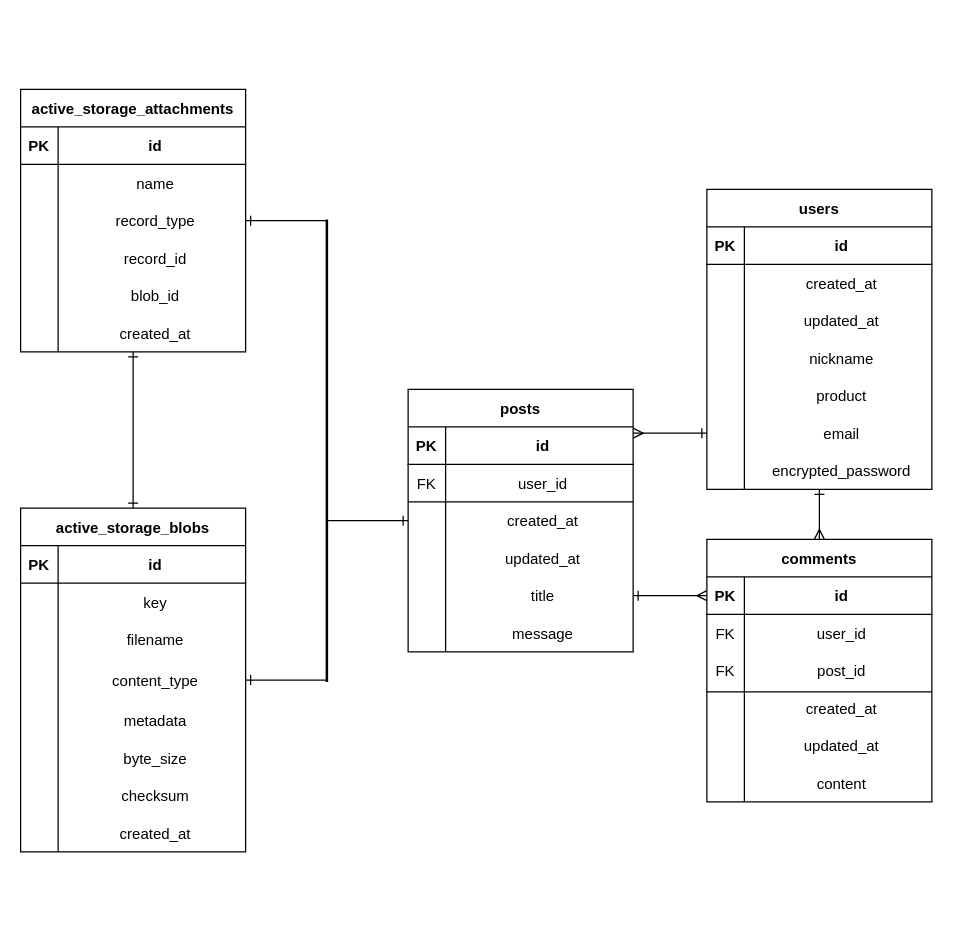
Above: test.dio in kenji198834/famous-product (draw.io), before the change. Source tidied: cells renumbered, new cells numbered last; positions are measured from the earlier drawing's top-left corner, leaving out a move shared by most shapes. Both pictures are drawn from the tidied source at 125%, with x=0, y=0 at pixel (20, 89).
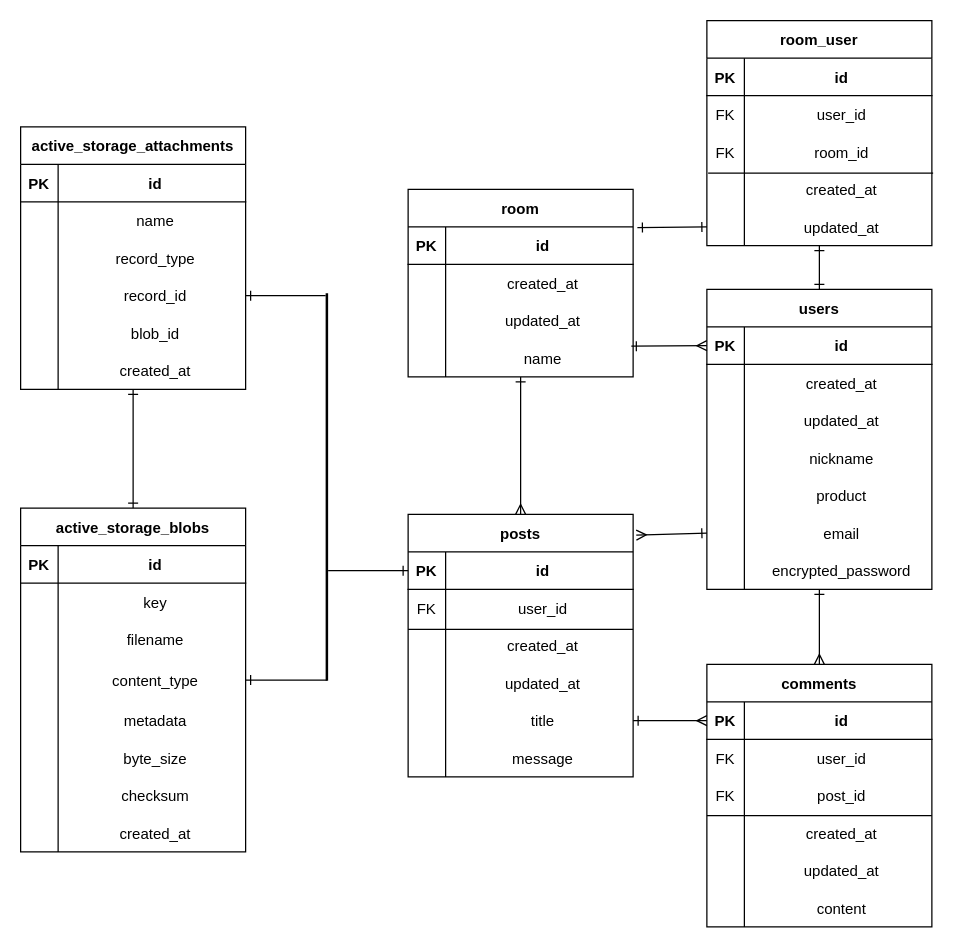
The same diagram, later.

Unchanged cells that the change refers to:
```xml
<mxCell id="10" style="shape=tableRow;horizontal=0;startSize=0;swimlaneHead=0;swimlaneBody=0;fillColor=none;points=[[0,0.5],[1,0.5]];portConstraint=eastwest;top=0;left=0;right=0;bottom=0;" parent="3" vertex="1">
  <mxGeometry y="90" width="180" height="30" as="geometry" />
</mxCell>
<mxCell id="13" style="shape=tableRow;horizontal=0;startSize=0;swimlaneHead=0;swimlaneBody=0;fillColor=none;points=[[0,0.5],[1,0.5]];portConstraint=eastwest;top=0;left=0;right=0;bottom=0;" parent="3" vertex="1">
  <mxGeometry y="120" width="180" height="30" as="geometry" />
</mxCell>
<mxCell id="50" style="shape=tableRow;horizontal=0;startSize=0;swimlaneHead=0;swimlaneBody=0;fillColor=none;points=[[0,0.5],[1,0.5]];portConstraint=eastwest;top=0;left=0;right=0;bottom=1;" parent="49" vertex="1">
  <mxGeometry y="30" width="180" height="30" as="geometry" />
</mxCell>
<mxCell id="56" style="shape=tableRow;horizontal=0;startSize=0;swimlaneHead=0;swimlaneBody=0;fillColor=none;points=[[0,0.5],[1,0.5]];portConstraint=eastwest;top=0;left=0;right=0;bottom=0;" parent="49" vertex="1">
  <mxGeometry y="90" width="180" height="30" as="geometry" />
</mxCell>
<mxCell id="94" style="shape=tableRow;horizontal=0;startSize=0;swimlaneHead=0;swimlaneBody=0;fillColor=none;points=[[0,0.5],[1,0.5]];portConstraint=eastwest;top=0;left=0;right=0;bottom=1;" parent="93" vertex="1">
  <mxGeometry y="30" width="180" height="30" as="geometry" />
</mxCell>
<mxCell id="109" style="shape=tableRow;horizontal=0;startSize=0;swimlaneHead=0;swimlaneBody=0;fillColor=none;points=[[0,0.5],[1,0.5]];portConstraint=eastwest;top=0;left=0;right=0;bottom=0;" parent="93" vertex="1">
  <mxGeometry y="180" width="180" height="30" as="geometry" />
</mxCell>
```

The edit, as a diff of the source:
```diff
@@
     <mxCell id="3" value="active_storage_attachments" style="shape=table;startSize=30;childLayout=tableLayout;rowLines=0;fontStyle=1;align=center;" parent="1" vertex="1">
-      <mxGeometry width="180" height="210" as="geometry" />
+      <mxGeometry y="30" width="180" height="210" as="geometry" />
     </mxCell>
@@
-    <mxCell id="47" style="edgeStyle=none;html=1;exitX=1;exitY=0.5;exitDx=0;exitDy=0;startArrow=ERone;startFill=0;endArrow=none;endFill=0;" parent="1" edge="1" source="10">
-      <mxGeometry relative="1" as="geometry">
-        <mxPoint x="245" y="105" as="targetPoint" />
-      </mxGeometry>
-    </mxCell>
@@
     <mxCell id="49" value="posts" style="shape=table;startSize=30;childLayout=tableLayout;rowLines=0;fontStyle=1;align=center;" parent="1" vertex="1">
-      <mxGeometry x="310" y="240" width="180" height="210" as="geometry" />
+      <mxGeometry x="310" y="340" width="180" height="210" as="geometry" />
     </mxCell>
@@
     <mxCell id="68" style="line;strokeWidth=1;dashed=0;labelPosition=right;align=left;verticalAlign=middle;spacingTop=0;spacingLeft=6;" parent="1" vertex="1">
-      <mxGeometry x="310" y="325" width="180" height="10" as="geometry" />
+      <mxGeometry x="310" y="427" width="180" height="10" as="geometry" />
     </mxCell>
-    <mxCell id="69" style="edgeStyle=none;html=1;exitX=0;exitY=0.5;exitDx=0;exitDy=0;startArrow=ERone;startFill=0;endArrow=none;endFill=0;" parent="1" edge="1" source="56">
-      <mxGeometry relative="1" as="geometry">
-        <mxPoint x="245" y="345" as="targetPoint" />
-      </mxGeometry>
-    </mxCell>
     <mxCell id="70" style="line;strokeWidth=2;direction=south;html=1;" parent="1" vertex="1">
-      <mxGeometry x="240" y="104" width="10" height="370" as="geometry" />
+      <mxGeometry x="240" y="163" width="10" height="310" as="geometry" />
     </mxCell>
     <mxCell id="71" value="comments" style="shape=table;startSize=30;childLayout=tableLayout;rowLines=0;fontStyle=1;align=center;" parent="1" vertex="1">
-      <mxGeometry x="549" y="360" width="180" height="210" as="geometry" />
+      <mxGeometry x="549" y="460" width="180" height="210" as="geometry" />
     </mxCell>
@@
     <mxCell id="90" style="line;strokeWidth=1;dashed=0;labelPosition=right;align=left;verticalAlign=middle;spacingTop=0;spacingLeft=6;" parent="1" vertex="1">
-      <mxGeometry x="549" y="477" width="180" height="10" as="geometry" />
+      <mxGeometry x="549" y="576" width="180" height="10" as="geometry" />
     </mxCell>
@@
     <mxCell id="93" value="users" style="shape=table;startSize=30;childLayout=tableLayout;rowLines=0;fontStyle=1;align=center;" parent="1" vertex="1">
-      <mxGeometry x="549" y="80" width="180" height="240" as="geometry" />
+      <mxGeometry x="549" y="160" width="180" height="240" as="geometry" />
     </mxCell>
@@
-    <mxCell id="115" style="edgeStyle=none;html=1;exitX=0;exitY=0.5;exitDx=0;exitDy=0;endArrow=ERmany;endFill=0;startArrow=ERone;startFill=0;" parent="1" edge="1" source="109">
-      <mxGeometry relative="1" as="geometry">
-        <mxPoint x="490" y="275" as="targetPoint" />
-      </mxGeometry>
+    <mxCell id="115" style="edgeStyle=none;html=1;exitX=0;exitY=0.5;exitDx=0;exitDy=0;endArrow=ERmany;endFill=0;startArrow=ERone;startFill=0;entryX=1.014;entryY=0.079;entryDx=0;entryDy=0;entryPerimeter=0;" parent="1" edge="1" source="109" target="49">
+      <mxGeometry relative="1" as="geometry" />
     </mxCell>
+    <mxCell id="116" style="edgeStyle=none;html=1;entryX=0.5;entryY=0;entryDx=0;entryDy=0;endArrow=ERmany;endFill=0;startArrow=ERone;startFill=0;" parent="1" edge="1" source="117" target="49">
+      <mxGeometry relative="1" as="geometry" />
+    </mxCell>
+    <mxCell id="117" value="room" style="shape=table;startSize=30;childLayout=tableLayout;rowLines=0;fontStyle=1;align=center;" parent="1" vertex="1">
+      <mxGeometry x="310" y="80" width="180" height="150" as="geometry" />
+    </mxCell>
+    <mxCell id="118" style="shape=tableRow;horizontal=0;startSize=0;swimlaneHead=0;swimlaneBody=0;fillColor=none;points=[[0,0.5],[1,0.5]];portConstraint=eastwest;top=0;left=0;right=0;bottom=1;" parent="117" vertex="1">
+      <mxGeometry y="30" width="180" height="30" as="geometry" />
+    </mxCell>
+    <mxCell id="119" value="PK" style="shape=partialRectangle;fillColor=none;top=0;left=0;bottom=0;right=0;fontStyle=1;overflow=hidden;" parent="118" vertex="1">
+      <mxGeometry width="30" height="30" as="geometry" />
+    </mxCell>
+    <mxCell id="120" value="id" style="shape=partialRectangle;fillColor=none;top=0;left=0;bottom=0;right=0;align=center;spacingLeft=6;fontStyle=1;overflow=hidden;" parent="118" vertex="1">
+      <mxGeometry x="30" width="150" height="30" as="geometry" />
+    </mxCell>
+    <mxCell id="121" style="shape=tableRow;horizontal=0;startSize=0;swimlaneHead=0;swimlaneBody=0;fillColor=none;top=0;left=0;right=0;bottom=0;" parent="117" vertex="1">
+      <mxGeometry y="60" width="180" height="30" as="geometry" />
+    </mxCell>
+    <mxCell id="122" style="shape=partialRectangle;fillColor=none;top=0;left=0;bottom=0;right=0;overflow=hidden;" parent="121" vertex="1">
+      <mxGeometry width="30" height="30" as="geometry" />
+    </mxCell>
+    <mxCell id="123" value="created_at" style="shape=partialRectangle;fillColor=none;top=0;left=0;bottom=0;right=0;align=center;spacingLeft=6;overflow=hidden;" parent="121" vertex="1">
+      <mxGeometry x="30" width="150" height="30" as="geometry" />
+    </mxCell>
+    <mxCell id="124" style="shape=tableRow;horizontal=0;startSize=0;swimlaneHead=0;swimlaneBody=0;fillColor=none;top=0;left=0;right=0;bottom=0;" parent="117" vertex="1">
+      <mxGeometry y="90" width="180" height="30" as="geometry" />
+    </mxCell>
+    <mxCell id="125" style="shape=partialRectangle;fillColor=none;top=0;left=0;bottom=0;right=0;overflow=hidden;" parent="124" vertex="1">
+      <mxGeometry width="30" height="30" as="geometry" />
+    </mxCell>
+    <mxCell id="126" value="updated_at" style="shape=partialRectangle;fillColor=none;top=0;left=0;bottom=0;right=0;align=center;spacingLeft=6;overflow=hidden;" parent="124" vertex="1">
+      <mxGeometry x="30" width="150" height="30" as="geometry" />
+    </mxCell>
+    <mxCell id="127" style="shape=tableRow;horizontal=0;startSize=0;swimlaneHead=0;swimlaneBody=0;fillColor=none;points=[[0,0.5],[1,0.5]];portConstraint=eastwest;top=0;left=0;right=0;bottom=0;" parent="117" vertex="1">
+      <mxGeometry y="120" width="180" height="30" as="geometry" />
+    </mxCell>
+    <mxCell id="128" style="shape=partialRectangle;fillColor=none;top=0;left=0;bottom=0;right=0;overflow=hidden;" parent="127" vertex="1">
+      <mxGeometry width="30" height="30" as="geometry" />
+    </mxCell>
+    <mxCell id="129" value="name" style="shape=partialRectangle;fillColor=none;top=0;left=0;bottom=0;right=0;align=center;spacingLeft=6;overflow=hidden;" parent="127" vertex="1">
+      <mxGeometry x="30" width="150" height="30" as="geometry" />
+    </mxCell>
+    <mxCell id="130" style="edgeStyle=none;html=1;exitX=0.992;exitY=0.183;exitDx=0;exitDy=0;entryX=0;entryY=0.5;entryDx=0;entryDy=0;startArrow=ERone;startFill=0;endArrow=ERmany;endFill=0;exitPerimeter=0;" parent="1" edge="1" source="127" target="94">
+      <mxGeometry relative="1" as="geometry" />
+    </mxCell>
+    <mxCell id="131" style="edgeStyle=none;html=1;entryX=0.5;entryY=0;entryDx=0;entryDy=0;startArrow=ERone;startFill=0;endArrow=ERone;endFill=0;" parent="1" edge="1" source="132" target="93">
+      <mxGeometry relative="1" as="geometry" />
+    </mxCell>
+    <mxCell id="132" value="room_user" style="shape=table;startSize=30;childLayout=tableLayout;rowLines=0;fontStyle=1;align=center;" parent="1" vertex="1">
+      <mxGeometry x="549" y="-55" width="180" height="180" as="geometry" />
+    </mxCell>
+    <mxCell id="133" style="shape=tableRow;horizontal=0;startSize=0;swimlaneHead=0;swimlaneBody=0;fillColor=none;top=0;left=0;right=0;bottom=1;" parent="132" vertex="1">
+      <mxGeometry y="30" width="180" height="30" as="geometry" />
+    </mxCell>
+    <mxCell id="134" value="PK" style="shape=partialRectangle;fillColor=none;top=0;left=0;bottom=0;right=0;fontStyle=1;overflow=hidden;" parent="133" vertex="1">
+      <mxGeometry width="30" height="30" as="geometry" />
+    </mxCell>
+    <mxCell id="135" value="id" style="shape=partialRectangle;fillColor=none;top=0;left=0;bottom=0;right=0;align=center;spacingLeft=6;fontStyle=1;overflow=hidden;" parent="133" vertex="1">
+      <mxGeometry x="30" width="150" height="30" as="geometry" />
+    </mxCell>
+    <mxCell id="136" style="shape=tableRow;horizontal=0;startSize=0;swimlaneHead=0;swimlaneBody=0;fillColor=none;top=0;left=0;right=0;bottom=0;" parent="132" vertex="1">
+      <mxGeometry y="60" width="180" height="30" as="geometry" />
+    </mxCell>
+    <mxCell id="137" value="FK" style="shape=partialRectangle;fillColor=none;top=0;left=0;bottom=0;right=0;overflow=hidden;" parent="136" vertex="1">
+      <mxGeometry width="30" height="30" as="geometry" />
+    </mxCell>
+    <mxCell id="138" value="user_id" style="shape=partialRectangle;fillColor=none;top=0;left=0;bottom=0;right=0;align=center;spacingLeft=6;overflow=hidden;" parent="136" vertex="1">
+      <mxGeometry x="30" width="150" height="30" as="geometry" />
+    </mxCell>
+    <mxCell id="139" style="shape=tableRow;horizontal=0;startSize=0;swimlaneHead=0;swimlaneBody=0;fillColor=none;top=0;left=0;right=0;bottom=0;" parent="132" vertex="1">
+      <mxGeometry y="90" width="180" height="30" as="geometry" />
+    </mxCell>
+    <mxCell id="140" value="FK" style="shape=partialRectangle;fillColor=none;top=0;left=0;bottom=0;right=0;overflow=hidden;" parent="139" vertex="1">
+      <mxGeometry width="30" height="30" as="geometry" />
+    </mxCell>
+    <mxCell id="141" value="room_id" style="shape=partialRectangle;fillColor=none;top=0;left=0;bottom=0;right=0;align=center;spacingLeft=6;overflow=hidden;" parent="139" vertex="1">
+      <mxGeometry x="30" width="150" height="30" as="geometry" />
+    </mxCell>
+    <mxCell id="142" style="shape=tableRow;horizontal=0;startSize=0;swimlaneHead=0;swimlaneBody=0;fillColor=none;top=0;left=0;right=0;bottom=0;" parent="132" vertex="1">
+      <mxGeometry y="120" width="180" height="30" as="geometry" />
+    </mxCell>
+    <mxCell id="143" style="shape=partialRectangle;fillColor=none;top=0;left=0;bottom=0;right=0;overflow=hidden;" parent="142" vertex="1">
+      <mxGeometry width="30" height="30" as="geometry" />
+    </mxCell>
+    <mxCell id="144" value="created_at" style="shape=partialRectangle;fillColor=none;top=0;left=0;bottom=0;right=0;align=center;spacingLeft=6;overflow=hidden;" parent="142" vertex="1">
+      <mxGeometry x="30" width="150" height="30" as="geometry" />
+    </mxCell>
+    <mxCell id="145" style="shape=tableRow;horizontal=0;startSize=0;swimlaneHead=0;swimlaneBody=0;fillColor=none;points=[[0,0.5],[1,0.5]];portConstraint=eastwest;top=0;left=0;right=0;bottom=0;" parent="132" vertex="1">
+      <mxGeometry y="150" width="180" height="30" as="geometry" />
+    </mxCell>
+    <mxCell id="146" style="shape=partialRectangle;fillColor=none;top=0;left=0;bottom=0;right=0;overflow=hidden;" parent="145" vertex="1">
+      <mxGeometry width="30" height="30" as="geometry" />
+    </mxCell>
+    <mxCell id="147" value="updated_at" style="shape=partialRectangle;fillColor=none;top=0;left=0;bottom=0;right=0;align=center;spacingLeft=6;overflow=hidden;" parent="145" vertex="1">
+      <mxGeometry x="30" width="150" height="30" as="geometry" />
+    </mxCell>
+    <mxCell id="148" style="endArrow=none;html=1;rounded=0;" parent="1" edge="1">
+      <mxGeometry relative="1" as="geometry">
+        <mxPoint x="550" y="67" as="sourcePoint" />
+        <mxPoint x="730" y="67" as="targetPoint" />
+      </mxGeometry>
+    </mxCell>
+    <mxCell id="149" style="edgeStyle=none;html=1;exitX=0;exitY=0.5;exitDx=0;exitDy=0;startArrow=ERone;startFill=0;endArrow=none;endFill=0;" parent="1" edge="1" source="50">
+      <mxGeometry relative="1" as="geometry">
+        <mxPoint x="246" y="385" as="targetPoint" />
+      </mxGeometry>
+    </mxCell>
+    <mxCell id="150" style="edgeStyle=none;html=1;exitX=1;exitY=0.5;exitDx=0;exitDy=0;startArrow=ERone;startFill=0;endArrow=none;endFill=0;" parent="1" edge="1" source="13">
+      <mxGeometry relative="1" as="geometry">
+        <mxPoint x="244" y="165" as="targetPoint" />
+      </mxGeometry>
+    </mxCell>
+    <mxCell id="151" style="edgeStyle=none;html=1;exitX=0;exitY=0.5;exitDx=0;exitDy=0;entryX=1.019;entryY=0.017;entryDx=0;entryDy=0;entryPerimeter=0;startArrow=ERone;startFill=0;endArrow=ERone;endFill=0;" parent="1" edge="1" source="145" target="118">
+      <mxGeometry relative="1" as="geometry" />
+    </mxCell>
```
